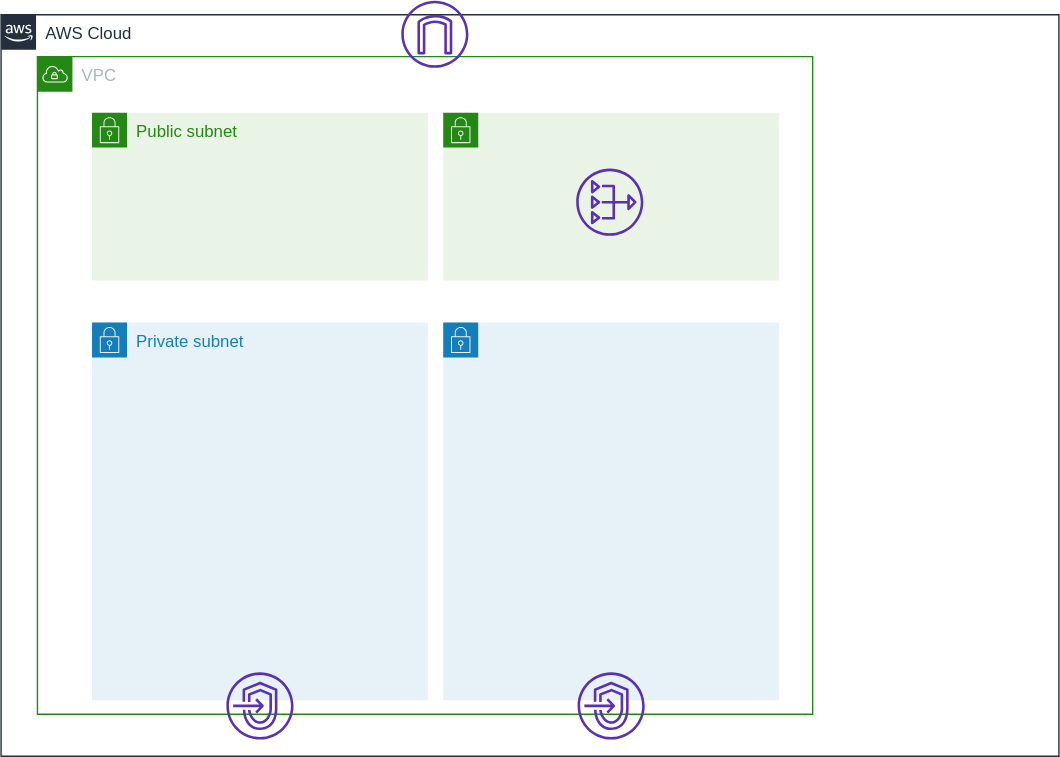
moriryota62/ecs-cicd keeps this draw.io diagram as documents/images/use-network.svg. Above is the earlier version. Source tidied: cells renumbered, new cells last; positions are measured from the earlier drawing's top-left corner, leaving out a move shared by most shapes.
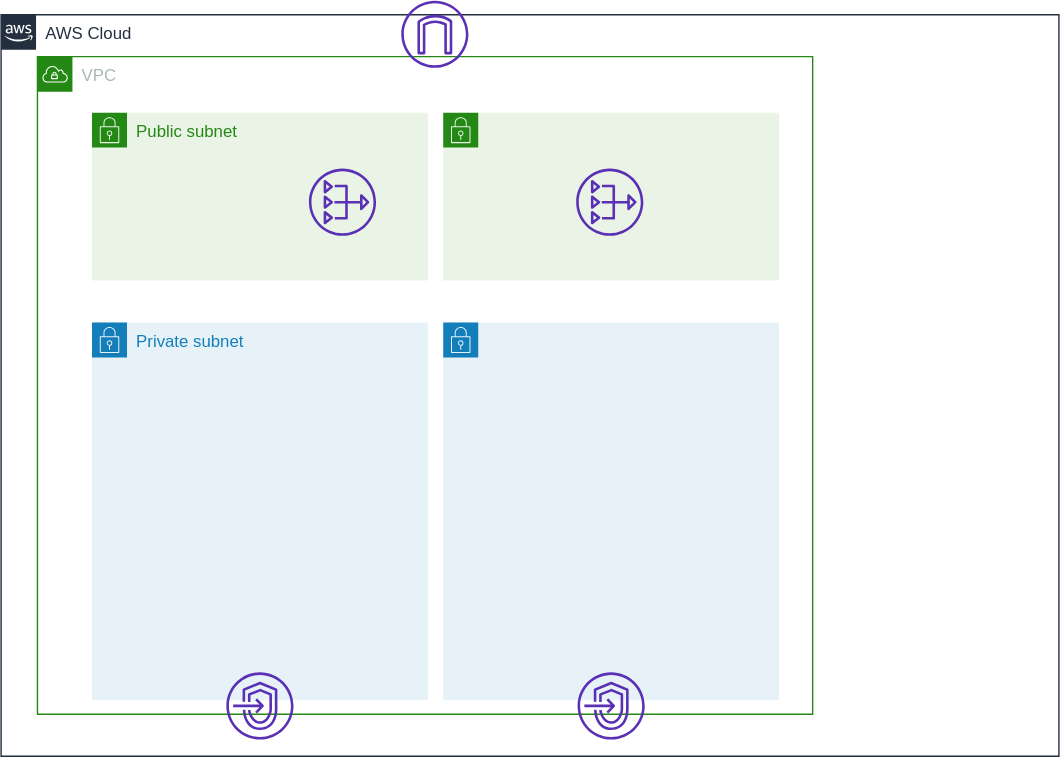
Later version of the same file.

Change to the diagram source:
```diff
@@ -32,5 +32,8 @@
     <mxCell id="11" style="fontColor=#232F3E;gradientColor=none;fillColor=#5A30B5;strokeColor=none;dashed=0;verticalLabelPosition=bottom;verticalAlign=top;align=center;html=1;fontSize=12;fontStyle=0;shape=mxgraph.aws4.endpoints;" parent="1" vertex="1">
       <mxGeometry x="412" y="480" width="48" height="48" as="geometry" />
     </mxCell>
+    <mxCell id="12" style="fontColor=#232F3E;gradientColor=none;fillColor=#5A30B5;strokeColor=none;dashed=0;verticalLabelPosition=bottom;verticalAlign=top;align=center;html=1;fontSize=12;fontStyle=0;shape=mxgraph.aws4.nat_gateway;" parent="1" vertex="1">
+      <mxGeometry x="220" y="120" width="48" height="48" as="geometry" />
+    </mxCell>
   </root>
 </mxGraphModel>
```
